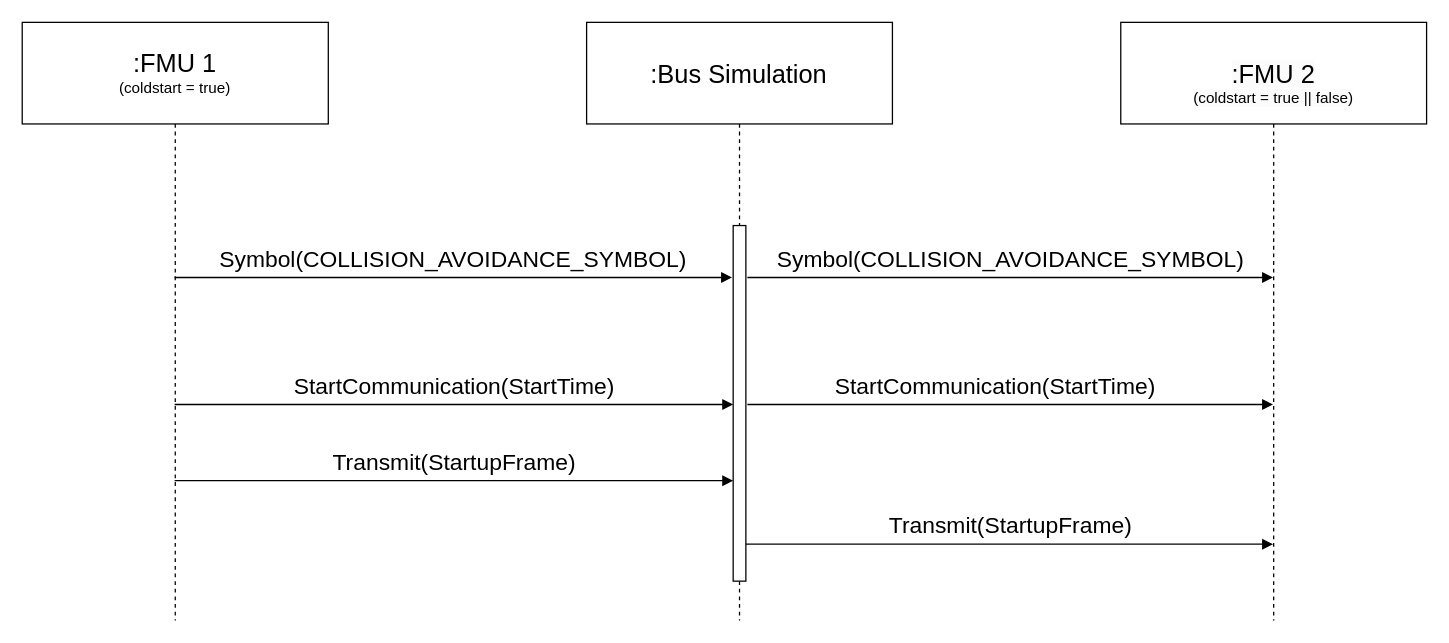
Above: docs/images/flexray_startup.drawio in modelica/fmi-ls-bus (draw.io), before the change. Source tidied: cells renumbered, new cells numbered last; positions are measured from the earlier drawing's top-left corner, leaving out a move shared by most shapes. Both pictures are drawn from the tidied source at 127%, with x=0, y=0 at pixel (22, 22).
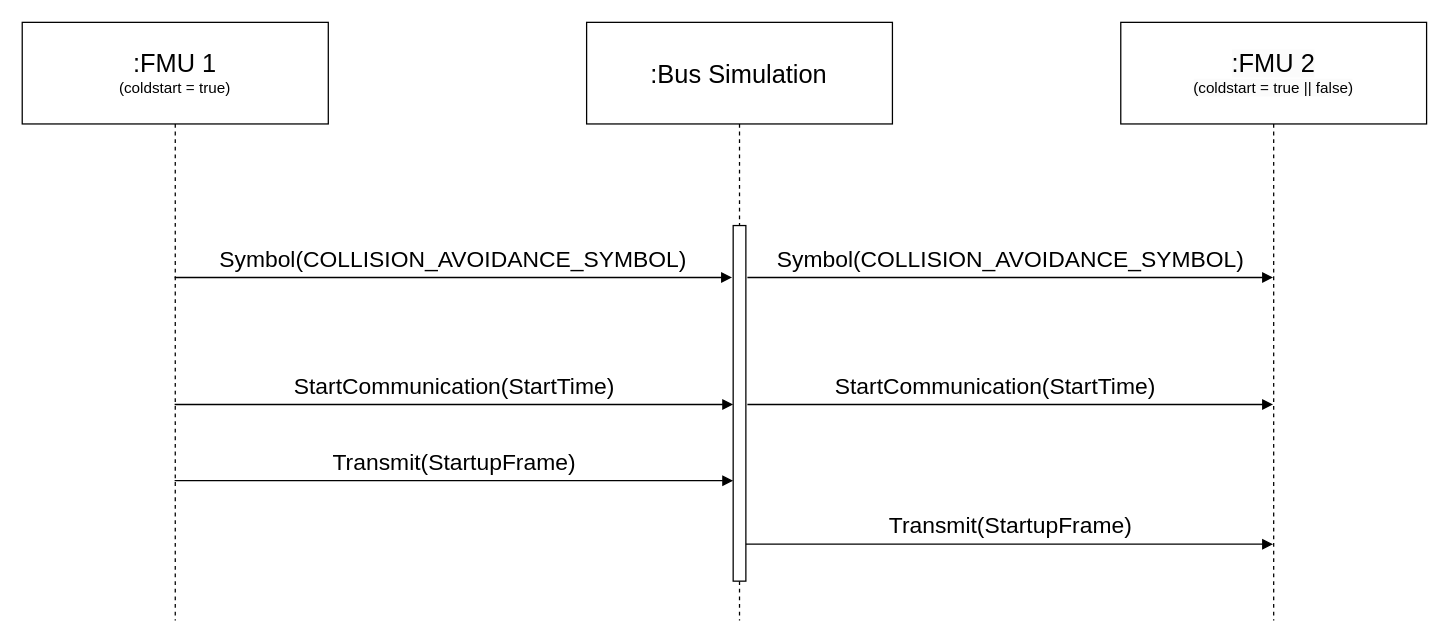
Above is the later version.

Commit message (it also covers changes not shown here):
Fix startup seq. diagrams

Change to the diagram source:
```diff
@@
 <mxGraphModel>
   <root>
     <mxCell id="0" />
     <mxCell id="1" parent="0" />
     <mxCell id="2" value="&lt;font style=&quot;&quot;&gt;&lt;span style=&quot;font-size: 20px;&quot;&gt;:FMU 1&lt;/span&gt;&lt;br&gt;&lt;font style=&quot;font-size: 12px;&quot;&gt;(coldstart = true)&lt;/font&gt;&lt;br&gt;&lt;/font&gt;" style="shape=umlLifeline;perimeter=lifelinePerimeter;whiteSpace=wrap;html=1;outlineConnect=0;portConstraint=eastwest;newEdgeStyle={&quot;curved&quot;:0,&quot;rounded&quot;:0};size=80;" parent="1" vertex="1">
       <mxGeometry y="0.1" width="241" height="470.9" as="geometry" />
     </mxCell>
-    <mxCell id="3" value="&lt;br&gt;&lt;span style=&quot;color: rgb(0, 0, 0); font-family: Helvetica; font-size: 20px; font-style: normal; font-variant-ligatures: normal; font-variant-caps: normal; font-weight: 400; letter-spacing: normal; orphans: 2; text-align: center; text-indent: 0px; text-transform: none; widows: 2; word-spacing: 0px; -webkit-text-stroke-width: 0px; background-color: rgb(251, 251, 251); text-decoration-thickness: initial; text-decoration-style: initial; text-decoration-color: initial; float: none; display: inline !important;&quot;&gt;:FMU 2&lt;/span&gt;&lt;br style=&quot;border-color: var(--border-color); color: rgb(0, 0, 0); font-family: Helvetica; font-size: 20px; font-style: normal; font-variant-ligatures: normal; font-variant-caps: normal; font-weight: 400; letter-spacing: normal; orphans: 2; text-align: center; text-indent: 0px; text-transform: none; widows: 2; word-spacing: 0px; -webkit-text-stroke-width: 0px; background-color: rgb(251, 251, 251); text-decoration-thickness: initial; text-decoration-style: initial; text-decoration-color: initial;&quot;&gt;&lt;span style=&quot;color: rgb(0, 0, 0); font-family: Helvetica; font-style: normal; font-variant-ligatures: normal; font-variant-caps: normal; font-weight: 400; letter-spacing: normal; orphans: 2; text-align: center; text-indent: 0px; text-transform: none; widows: 2; word-spacing: 0px; -webkit-text-stroke-width: 0px; background-color: rgb(251, 251, 251); text-decoration-thickness: initial; text-decoration-style: initial; text-decoration-color: initial; float: none; display: inline !important;&quot;&gt;&lt;font style=&quot;font-size: 12px;&quot;&gt;(coldstart = true || false)&lt;/font&gt;&lt;/span&gt;" style="shape=umlLifeline;perimeter=lifelinePerimeter;whiteSpace=wrap;html=1;outlineConnect=0;portConstraint=eastwest;newEdgeStyle={&quot;curved&quot;:0,&quot;rounded&quot;:0};size=80;" parent="1" vertex="1">
+    <mxCell id="3" value="&lt;span style=&quot;color: rgb(0, 0, 0); font-family: Helvetica; font-size: 20px; font-style: normal; font-variant-ligatures: normal; font-variant-caps: normal; font-weight: 400; letter-spacing: normal; orphans: 2; text-align: center; text-indent: 0px; text-transform: none; widows: 2; word-spacing: 0px; -webkit-text-stroke-width: 0px; background-color: rgb(251, 251, 251); text-decoration-thickness: initial; text-decoration-style: initial; text-decoration-color: initial; float: none; display: inline !important;&quot;&gt;:FMU 2&lt;/span&gt;&lt;br style=&quot;border-color: var(--border-color); color: rgb(0, 0, 0); font-family: Helvetica; font-size: 20px; font-style: normal; font-variant-ligatures: normal; font-variant-caps: normal; font-weight: 400; letter-spacing: normal; orphans: 2; text-align: center; text-indent: 0px; text-transform: none; widows: 2; word-spacing: 0px; -webkit-text-stroke-width: 0px; background-color: rgb(251, 251, 251); text-decoration-thickness: initial; text-decoration-style: initial; text-decoration-color: initial;&quot;&gt;&lt;span style=&quot;color: rgb(0, 0, 0); font-family: Helvetica; font-style: normal; font-variant-ligatures: normal; font-variant-caps: normal; font-weight: 400; letter-spacing: normal; orphans: 2; text-align: center; text-indent: 0px; text-transform: none; widows: 2; word-spacing: 0px; -webkit-text-stroke-width: 0px; background-color: rgb(251, 251, 251); text-decoration-thickness: initial; text-decoration-style: initial; text-decoration-color: initial; float: none; display: inline !important;&quot;&gt;&lt;font style=&quot;font-size: 12px;&quot;&gt;(coldstart = true || false)&lt;/font&gt;&lt;/span&gt;" style="shape=umlLifeline;perimeter=lifelinePerimeter;whiteSpace=wrap;html=1;outlineConnect=0;portConstraint=eastwest;newEdgeStyle={&quot;curved&quot;:0,&quot;rounded&quot;:0};size=80;" parent="1" vertex="1">
       <mxGeometry x="865" y="0.1" width="240.8" height="470.9" as="geometry" />
     </mxCell>
     <mxCell id="4" value="&lt;font style=&quot;font-size: 20px;&quot;&gt;:Bus Simulation&lt;/font&gt;" style="shape=umlLifeline;perimeter=lifelinePerimeter;whiteSpace=wrap;html=1;newEdgeStyle={&quot;curved&quot;:0,&quot;rounded&quot;:0};size=80;" parent="1" vertex="1">
       <mxGeometry x="444.4" y="0.1" width="240.8" height="470.9" as="geometry" />
     </mxCell>
     <mxCell id="5" style="ellipse;whiteSpace=wrap;html=1;align=center;fillColor=none;strokeColor=none;perimeter=centerPerimeter;" parent="4" vertex="1">
       <mxGeometry x="180.5" y="280" width="10" height="10" as="geometry" />
     </mxCell>
     <mxCell id="6" style="html=1;points=[[0,0,0,0,5],[0,1,0,0,-5],[1,0,0,0,5],[1,1,0,0,-5]];perimeter=orthogonalPerimeter;outlineConnect=0;targetShapes=umlLifeline;portConstraint=eastwest;newEdgeStyle={&quot;curved&quot;:0,&quot;rounded&quot;:0};fillColor=default;" parent="4" vertex="1">
       <mxGeometry x="115.4" y="160" width="10" height="280" as="geometry" />
     </mxCell>
     <mxCell id="7" value="&lt;font style=&quot;font-size: 18px;&quot;&gt;Symbol(COLLISION_AVOIDANCE_SYMBOL)&lt;/font&gt;" style="html=1;verticalAlign=bottom;endArrow=block;curved=0;rounded=0;" parent="1" edge="1" source="2">
       <mxGeometry relative="1" as="geometry">
         <mxPoint x="558.9" y="201" as="targetPoint" />
       </mxGeometry>
     </mxCell>
     <mxCell id="8" value="&lt;span style=&quot;font-size: 18px;&quot;&gt;Symbol(COLLISION_AVOIDANCE_SYMBOL)&lt;/span&gt;" style="html=1;verticalAlign=bottom;endArrow=block;curved=0;rounded=0;" parent="1" edge="1" target="3">
       <mxGeometry relative="1" as="geometry">
         <mxPoint x="571" y="201" as="sourcePoint" />
       </mxGeometry>
     </mxCell>
     <mxCell id="9" value="&lt;span style=&quot;font-size: 18px;&quot;&gt;StartCommunication(StartTime)&lt;/span&gt;" style="html=1;verticalAlign=bottom;endArrow=block;curved=0;rounded=0;" parent="1" edge="1" source="2">
       <mxGeometry relative="1" as="geometry">
         <mxPoint x="559.8" y="301" as="targetPoint" />
       </mxGeometry>
     </mxCell>
     <mxCell id="10" value="&lt;span style=&quot;font-size: 18px;&quot;&gt;StartCommunication(StartTime)&lt;/span&gt;" style="html=1;verticalAlign=bottom;endArrow=block;curved=0;rounded=0;" parent="1" edge="1" target="3">
       <mxGeometry x="-0.06" relative="1" as="geometry">
         <mxPoint x="571" y="301" as="sourcePoint" />
       </mxGeometry>
     </mxCell>
     <mxCell id="11" value="&lt;span style=&quot;font-size: 18px;&quot;&gt;Transmit(StartupFrame)&lt;/span&gt;" style="html=1;verticalAlign=bottom;endArrow=block;curved=0;rounded=0;" parent="1" edge="1" source="2" target="6">
       <mxGeometry relative="1" as="geometry">
         <Array as="points">
           <mxPoint x="355" y="361" />
         </Array>
       </mxGeometry>
     </mxCell>
     <mxCell id="12" value="&lt;span style=&quot;font-size: 18px;&quot;&gt;Transmit(StartupFrame)&lt;/span&gt;" style="html=1;verticalAlign=bottom;endArrow=block;curved=0;rounded=0;" parent="1" edge="1" target="3">
       <mxGeometry relative="1" as="geometry">
         <mxPoint x="569.8" y="411" as="sourcePoint" />
         <Array as="points">
           <mxPoint x="749.8" y="411" />
         </Array>
       </mxGeometry>
     </mxCell>
   </root>
 </mxGraphModel>
```
